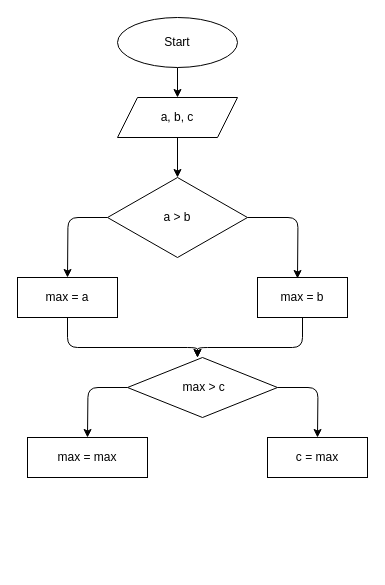
Above: dravio.drawio in AlisaD666/REPO (draw.io), before the change. Source tidied: cells renumbered, new cells numbered last; positions are measured from the earlier drawing's top-left corner, leaving out a move shared by most shapes. Both pictures are drawn from the tidied source at 100%, with x=0, y=0 at pixel (17, 17).
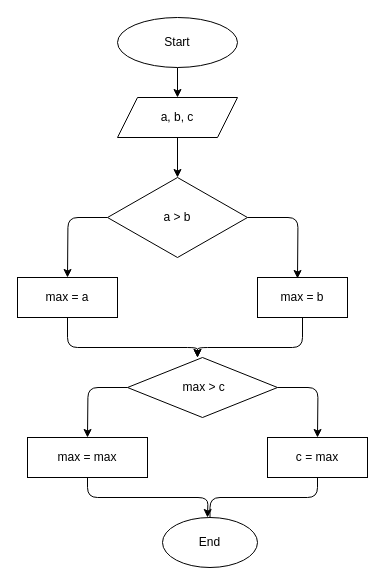
Above is the later version.

Commit message:
добавила таблицу

Unchanged cells that the change refers to:
```xml
<mxCell id="16" value="max = max" style="rounded=0;whiteSpace=wrap;html=1;" parent="1" vertex="1">
  <mxGeometry x="10" y="420" width="120" height="40" as="geometry" />
</mxCell>
<mxCell id="17" value="c = max" style="rounded=0;whiteSpace=wrap;html=1;" parent="1" vertex="1">
  <mxGeometry x="250" y="420" width="100" height="40" as="geometry" />
</mxCell>
```

Change to the diagram source:
```diff
@@
+    <mxCell id="18" style="edgeStyle=orthogonalEdgeStyle;html=1;exitX=0.5;exitY=1;exitDx=0;exitDy=0;" parent="1" edge="1" source="16">
+      <mxGeometry relative="1" as="geometry">
+        <mxPoint x="190" y="500" as="targetPoint" />
+      </mxGeometry>
+    </mxCell>
@@
+    <mxCell id="19" style="edgeStyle=orthogonalEdgeStyle;html=1;exitX=0.5;exitY=1;exitDx=0;exitDy=0;endArrow=none;" parent="1" edge="1" source="17" target="20">
+      <mxGeometry relative="1" as="geometry" />
+    </mxCell>
+    <mxCell id="20" value="End" style="ellipse;whiteSpace=wrap;html=1;" parent="1" vertex="1">
+      <mxGeometry x="145" y="500" width="95" height="50" as="geometry" />
+    </mxCell>
```
